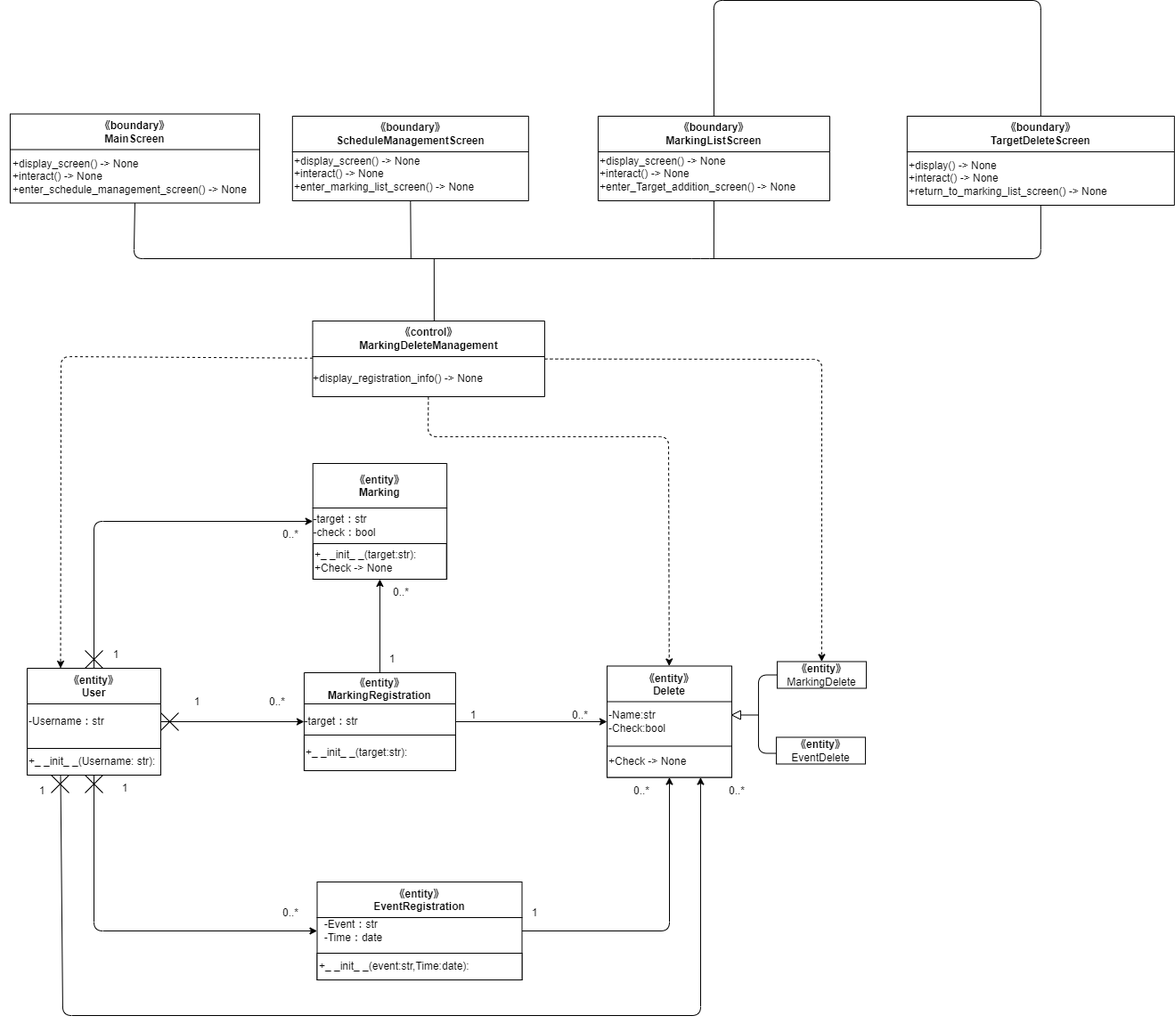
Above: Design/設計Class9.drawio.png in Hu-Hanxu/First-App-Self-Management- (draw.io), before the change. Source tidied: cells renumbered, new cells last; positions are measured from the earlier drawing's top-left corner, leaving out a move shared by most shapes.
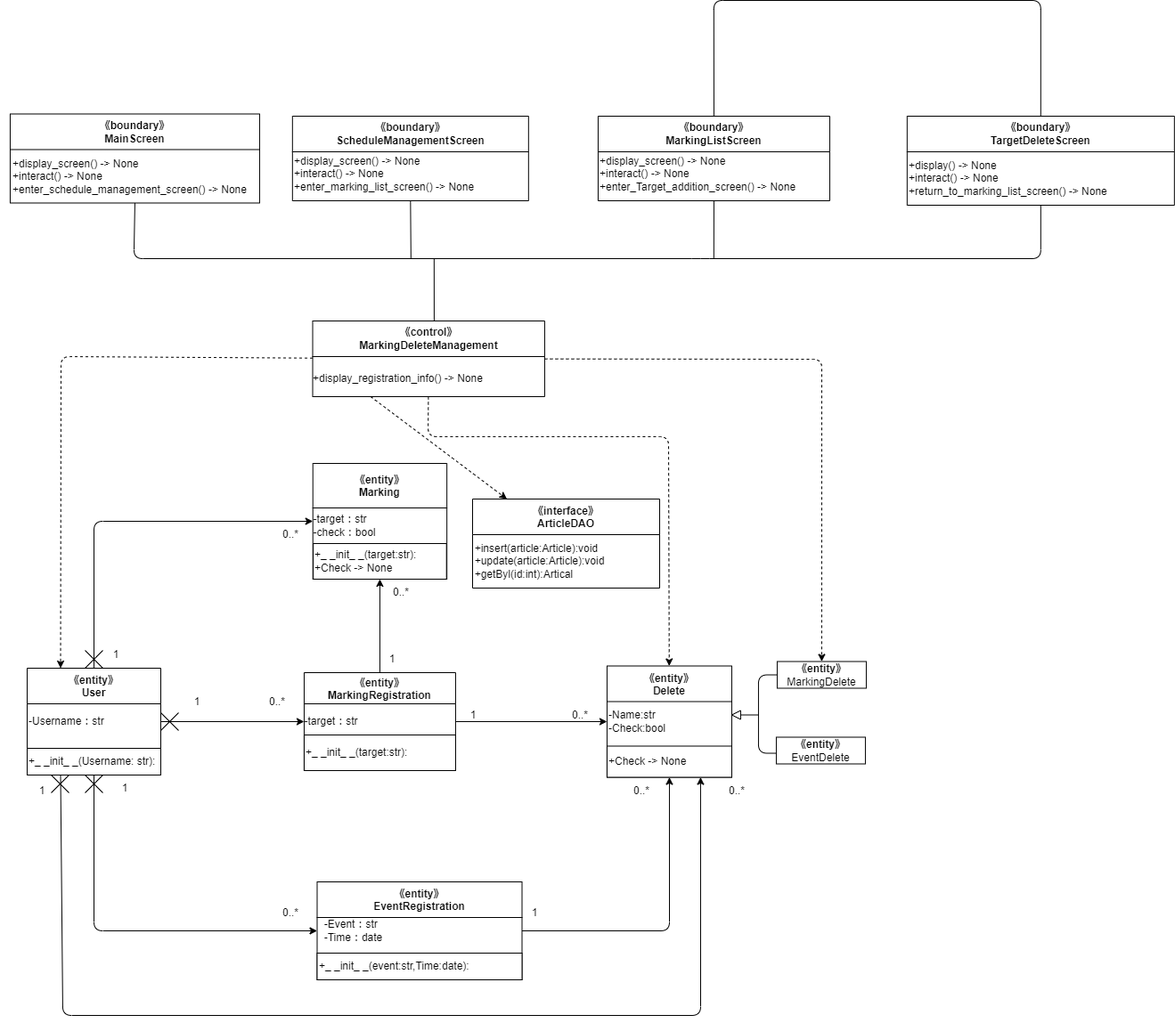
After the commit.

Diff of the diagram source:
```diff
@@ -294,5 +294,14 @@
         </Array>
       </mxGeometry>
     </mxCell>
+    <mxCell id="73" style="edgeStyle=none;html=1;dashed=1;exitX=0.25;exitY=1;exitDx=0;exitDy=0;" parent="1" edge="1" source="2" target="74">
+      <mxGeometry relative="1" as="geometry" />
+    </mxCell>
+    <mxCell id="74" value="《interface》&#10;ArticleDAO" style="swimlane;startSize=40;" parent="1" vertex="1">
+      <mxGeometry x="530" y="560" width="210" height="100" as="geometry" />
+    </mxCell>
+    <mxCell id="75" value="&lt;div style=&quot;text-align: left;&quot;&gt;&lt;span style=&quot;background-color: initial;&quot;&gt;+insert(article:Article):void&lt;/span&gt;&lt;/div&gt;&lt;div style=&quot;text-align: left;&quot;&gt;&lt;span style=&quot;background-color: initial;&quot;&gt;+update(article:Article):void&lt;/span&gt;&lt;/div&gt;&lt;div style=&quot;text-align: left;&quot;&gt;&lt;span style=&quot;background-color: initial;&quot;&gt;+getByl(id:int):Artical&lt;/span&gt;&lt;/div&gt;" style="text;html=1;align=center;verticalAlign=middle;strokeColor=none;fillColor=none;" parent="74" vertex="1">
+      <mxGeometry x="-10" y="40" width="170" height="60" as="geometry" />
+    </mxCell>
   </root>
 </mxGraphModel>
```
